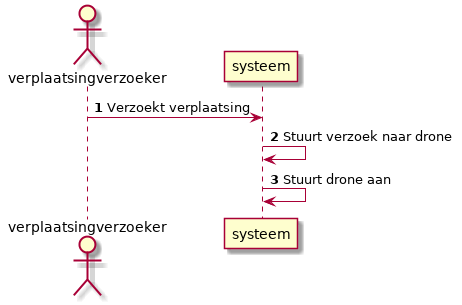
mauriceberentsen/Automated-Drone-Distribution-Network keeps this PlantUML diagram as Docs/DesignDocumenten/UML/out/usecase/sequence/verzoekendroneverplaatsing/verzoekendroneverplaatsing.png. Above is the earlier version. Source of this version:
```plantuml
@startuml

autonumber

actor "verplaatsingverzoeker" as verzoek
participant systeem

verzoek -> systeem : Verzoekt verplaatsing
systeem -> systeem : Stuurt verzoek naar drone
systeem -> systeem : Stuurt drone aan


@enduml
```
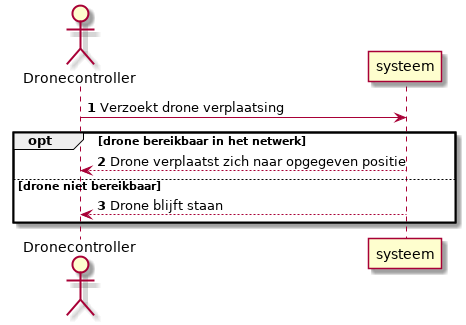
Later version of the same file.

The edit, as a diff of the source:
```diff
@@ -2,12 +2,14 @@
 
 autonumber
 
-actor "verplaatsingverzoeker" as verzoek
+actor "Dronecontroller" as verzoek
 participant systeem
 
-verzoek -> systeem : Verzoekt verplaatsing
-systeem -> systeem : Stuurt verzoek naar drone
-systeem -> systeem : Stuurt drone aan
-
+verzoek -> systeem : Verzoekt drone verplaatsing
+opt drone bereikbaar in het netwerk
+verzoek <-- systeem : Drone verplaatst zich naar opgegeven positie
+else drone niet bereikbaar
+verzoek <-- systeem : Drone blijft staan
+end
 
 @enduml
```
